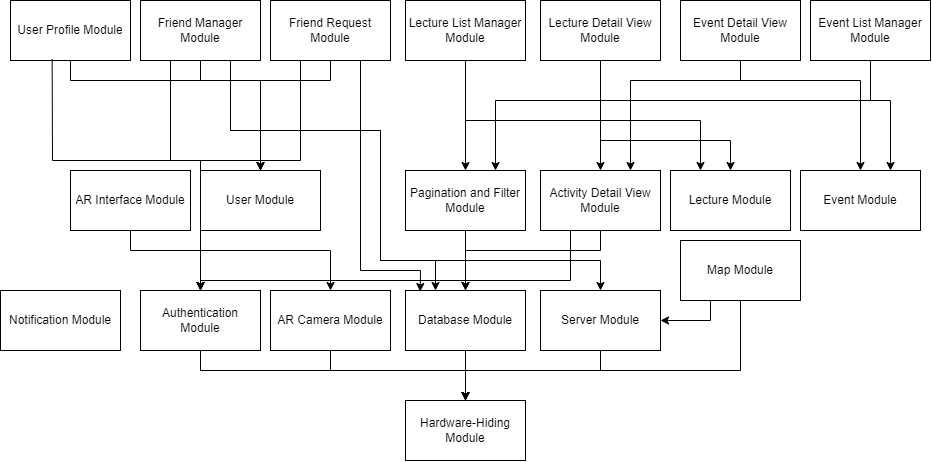
Earlier version of the draw.io export docs/Design/SoftArchitecture/UsesHierarchy.png (beatlepie/4G06CapstoneProjectTeam2). Source tidied: cells renumbered, new cells last; positions are measured from the earlier drawing's top-left corner, leaving out a move shared by most shapes.
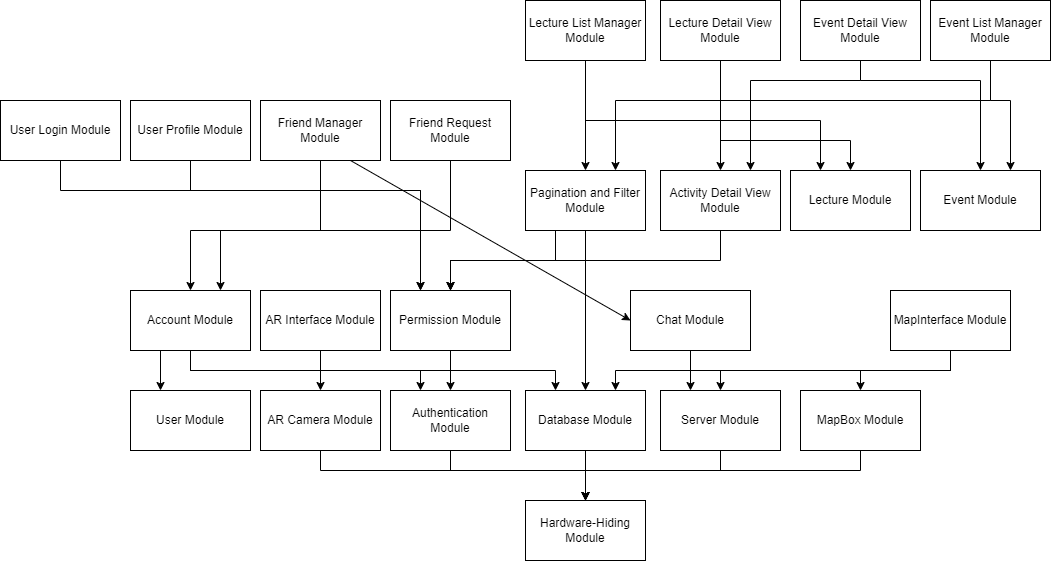
Above is the later version.

What changed in the source:
```diff
@@ -12,24 +12,24 @@
       <mxGeometry x="540" y="290" width="120" height="60" as="geometry" />
     </mxCell>
     <mxCell id="5" value="Authentication Module" style="rounded=0;whiteSpace=wrap;html=1;" parent="1" vertex="1">
-      <mxGeometry x="140" y="290" width="120" height="60" as="geometry" />
+      <mxGeometry x="270" y="290" width="120" height="60" as="geometry" />
     </mxCell>
     <mxCell id="6" value="AR Camera Module" style="rounded=0;whiteSpace=wrap;html=1;" parent="1" vertex="1">
-      <mxGeometry x="270" y="290" width="120" height="60" as="geometry" />
+      <mxGeometry x="140" y="290" width="120" height="60" as="geometry" />
     </mxCell>
-    <mxCell id="7" value="Map Module" style="rounded=0;whiteSpace=wrap;html=1;" parent="1" vertex="1">
-      <mxGeometry x="680" y="240" width="120" height="60" as="geometry" />
+    <mxCell id="7" value="MapBox Module" style="rounded=0;whiteSpace=wrap;html=1;" parent="1" vertex="1">
+      <mxGeometry x="680" y="290" width="120" height="60" as="geometry" />
     </mxCell>
     <mxCell id="8" value="Activity Detail View Module" style="rounded=0;whiteSpace=wrap;html=1;" parent="1" vertex="1">
-      <mxGeometry x="540" y="170" width="120" height="60" as="geometry" />
+      <mxGeometry x="540" y="70" width="120" height="60" as="geometry" />
     </mxCell>
     <mxCell id="9" value="Pagination and Filter Module" style="rounded=0;whiteSpace=wrap;html=1;" parent="1" vertex="1">
-      <mxGeometry x="405" y="170" width="120" height="60" as="geometry" />
+      <mxGeometry x="405" y="70" width="120" height="60" as="geometry" />
     </mxCell>
     <mxCell id="10" style="endArrow=classic;html=1;rounded=0;entryX=0.5;entryY=0;entryDx=0;entryDy=0;exitX=0.5;exitY=1;exitDx=0;exitDy=0;" parent="1" edge="1" source="3" target="2">
       <mxGeometry relative="1" as="geometry" />
     </mxCell>
-    <mxCell id="11" style="endArrow=classic;html=1;rounded=0;entryX=0.5;entryY=0;entryDx=0;entryDy=0;exitX=0.5;exitY=1;exitDx=0;exitDy=0;" parent="1" edge="1" source="5" target="2">
+    <mxCell id="11" style="endArrow=classic;html=1;rounded=0;entryX=0.5;entryY=0;entryDx=0;entryDy=0;exitX=0.5;exitY=1;exitDx=0;exitDy=0;" parent="1" edge="1" source="6" target="2">
       <mxGeometry relative="1" as="geometry">
         <Array as="points">
           <mxPoint x="200" y="370" />
@@ -37,7 +37,7 @@
         </Array>
       </mxGeometry>
     </mxCell>
-    <mxCell id="12" style="endArrow=classic;html=1;rounded=0;exitX=0.5;exitY=1;exitDx=0;exitDy=0;entryX=0.5;entryY=0;entryDx=0;entryDy=0;" parent="1" edge="1" source="6" target="2">
+    <mxCell id="12" style="endArrow=classic;html=1;rounded=0;exitX=0.5;exitY=1;exitDx=0;exitDy=0;entryX=0.5;entryY=0;entryDx=0;entryDy=0;" parent="1" edge="1" source="5" target="2">
       <mxGeometry relative="1" as="geometry">
         <Array as="points">
           <mxPoint x="330" y="370" />
@@ -61,35 +61,17 @@
         </Array>
       </mxGeometry>
     </mxCell>
-    <mxCell id="15" style="endArrow=classic;html=1;rounded=0;entryX=0.5;entryY=0;entryDx=0;entryDy=0;exitX=0.5;exitY=1;exitDx=0;exitDy=0;" parent="1" edge="1" source="9" target="3">
-      <mxGeometry relative="1" as="geometry">
-        <Array as="points">
-          <mxPoint x="465" y="250" />
-        </Array>
-      </mxGeometry>
-    </mxCell>
-    <mxCell id="16" style="endArrow=classic;html=1;rounded=0;entryX=0.5;entryY=0;entryDx=0;entryDy=0;exitX=0.5;exitY=1;exitDx=0;exitDy=0;" parent="1" edge="1" source="8" target="3">
-      <mxGeometry relative="1" as="geometry">
-        <Array as="points">
-          <mxPoint x="600" y="250" />
-          <mxPoint x="465" y="250" />
-        </Array>
-      </mxGeometry>
-    </mxCell>
     <mxCell id="17" value="User Module" style="rounded=0;whiteSpace=wrap;html=1;" parent="1" vertex="1">
-      <mxGeometry x="200" y="170" width="120" height="60" as="geometry" />
+      <mxGeometry x="10" y="290" width="120" height="60" as="geometry" />
     </mxCell>
     <mxCell id="18" value="Event Module" style="rounded=0;whiteSpace=wrap;html=1;" parent="1" vertex="1">
-      <mxGeometry x="800" y="170" width="120" height="60" as="geometry" />
+      <mxGeometry x="800" y="70" width="120" height="60" as="geometry" />
     </mxCell>
     <mxCell id="19" value="Lecture Module" style="rounded=0;whiteSpace=wrap;html=1;" parent="1" vertex="1">
-      <mxGeometry x="670" y="170" width="120" height="60" as="geometry" />
+      <mxGeometry x="670" y="70" width="120" height="60" as="geometry" />
     </mxCell>
-    <mxCell id="20" value="Notification Module" style="rounded=0;whiteSpace=wrap;html=1;" parent="1" vertex="1">
-      <mxGeometry y="290" width="120" height="60" as="geometry" />
-    </mxCell>
     <mxCell id="21" value="AR Interface Module" style="rounded=0;whiteSpace=wrap;html=1;" parent="1" vertex="1">
-      <mxGeometry x="70" y="170" width="120" height="60" as="geometry" />
+      <mxGeometry x="140" y="190" width="120" height="60" as="geometry" />
     </mxCell>
     <mxCell id="22" value="User Profile Module" style="rounded=0;whiteSpace=wrap;html=1;" parent="1" vertex="1">
       <mxGeometry x="10" width="120" height="60" as="geometry" />
@@ -101,10 +83,10 @@
       <mxGeometry x="270" width="120" height="60" as="geometry" />
     </mxCell>
     <mxCell id="25" value="Lecture Detail View Module" style="rounded=0;whiteSpace=wrap;html=1;" parent="1" vertex="1">
-      <mxGeometry x="540" width="120" height="60" as="geometry" />
+      <mxGeometry x="540" y="-100" width="120" height="60" as="geometry" />
     </mxCell>
     <mxCell id="26" value="Event Detail View Module" style="rounded=0;whiteSpace=wrap;html=1;" parent="1" vertex="1">
-      <mxGeometry x="680" width="120" height="60" as="geometry" />
+      <mxGeometry x="680" y="-100" width="120" height="60" as="geometry" />
     </mxCell>
     <mxCell id="27" style="endArrow=classic;html=1;rounded=0;exitX=0.5;exitY=1;exitDx=0;exitDy=0;entryX=0.5;entryY=0;entryDx=0;entryDy=0;" parent="1" edge="1" source="25" target="8">
       <mxGeometry relative="1" as="geometry" />
@@ -112,30 +94,30 @@
     <mxCell id="28" style="endArrow=classic;html=1;rounded=0;entryX=0.75;entryY=0;entryDx=0;entryDy=0;exitX=0.5;exitY=1;exitDx=0;exitDy=0;" parent="1" edge="1" source="26" target="8">
       <mxGeometry relative="1" as="geometry">
         <Array as="points">
-          <mxPoint x="740" y="80" />
-          <mxPoint x="630" y="80" />
+          <mxPoint x="740" y="-20" />
+          <mxPoint x="630" y="-20" />
         </Array>
       </mxGeometry>
     </mxCell>
     <mxCell id="29" value="Lecture List Manager Module" style="rounded=0;whiteSpace=wrap;html=1;" parent="1" vertex="1">
-      <mxGeometry x="405" width="120" height="60" as="geometry" />
+      <mxGeometry x="405" y="-100" width="120" height="60" as="geometry" />
     </mxCell>
     <mxCell id="30" value="Event List Manager Module" style="rounded=0;whiteSpace=wrap;html=1;" parent="1" vertex="1">
-      <mxGeometry x="810" width="120" height="60" as="geometry" />
+      <mxGeometry x="810" y="-100" width="120" height="60" as="geometry" />
     </mxCell>
     <mxCell id="31" style="endArrow=classic;html=1;rounded=0;exitX=0.5;exitY=1;exitDx=0;exitDy=0;entryX=0.5;entryY=0;entryDx=0;entryDy=0;" parent="1" edge="1" source="25" target="19">
       <mxGeometry relative="1" as="geometry">
         <Array as="points">
-          <mxPoint x="600" y="140" />
-          <mxPoint x="730" y="140" />
+          <mxPoint x="600" y="40" />
+          <mxPoint x="730" y="40" />
         </Array>
       </mxGeometry>
     </mxCell>
     <mxCell id="32" style="endArrow=classic;html=1;rounded=0;exitX=0.5;exitY=1;exitDx=0;exitDy=0;entryX=0.5;entryY=0;entryDx=0;entryDy=0;" parent="1" edge="1" source="26" target="18">
       <mxGeometry relative="1" as="geometry">
         <Array as="points">
-          <mxPoint x="740" y="80" />
-          <mxPoint x="860" y="80" />
+          <mxPoint x="740" y="-20" />
+          <mxPoint x="860" y="-20" />
         </Array>
       </mxGeometry>
     </mxCell>
@@ -145,126 +127,155 @@
     <mxCell id="34" style="endArrow=classic;html=1;rounded=0;exitX=0.5;exitY=1;exitDx=0;exitDy=0;entryX=0.25;entryY=0;entryDx=0;entryDy=0;" parent="1" edge="1" source="29" target="19">
       <mxGeometry relative="1" as="geometry">
         <Array as="points">
-          <mxPoint x="465" y="120" />
-          <mxPoint x="700" y="120" />
+          <mxPoint x="465" y="20" />
+          <mxPoint x="700" y="20" />
         </Array>
       </mxGeometry>
     </mxCell>
     <mxCell id="35" style="endArrow=classic;html=1;rounded=0;exitX=0.5;exitY=1;exitDx=0;exitDy=0;entryX=0.75;entryY=0;entryDx=0;entryDy=0;" parent="1" edge="1" source="30" target="18">
       <mxGeometry relative="1" as="geometry">
         <Array as="points">
-          <mxPoint x="870" y="100" />
-          <mxPoint x="890" y="100" />
+          <mxPoint x="870" />
+          <mxPoint x="890" />
         </Array>
       </mxGeometry>
     </mxCell>
     <mxCell id="36" style="endArrow=classic;html=1;rounded=0;exitX=0.5;exitY=1;exitDx=0;exitDy=0;entryX=0.75;entryY=0;entryDx=0;entryDy=0;" parent="1" edge="1" source="30" target="9">
       <mxGeometry relative="1" as="geometry">
         <Array as="points">
-          <mxPoint x="870" y="100" />
-          <mxPoint x="495" y="100" />
+          <mxPoint x="870" />
+          <mxPoint x="495" />
         </Array>
       </mxGeometry>
     </mxCell>
-    <mxCell id="37" style="endArrow=classic;html=1;rounded=0;exitX=0.5;exitY=1;exitDx=0;exitDy=0;entryX=0.5;entryY=0;entryDx=0;entryDy=0;" parent="1" edge="1" source="22" target="17">
-      <mxGeometry relative="1" as="geometry">
-        <Array as="points">
-          <mxPoint x="70" y="80" />
-          <mxPoint x="260" y="80" />
-        </Array>
-      </mxGeometry>
-    </mxCell>
-    <mxCell id="38" style="endArrow=classic;html=1;rounded=0;exitX=0.5;exitY=1;exitDx=0;exitDy=0;entryX=0.5;entryY=0;entryDx=0;entryDy=0;" parent="1" edge="1" source="23" target="17">
-      <mxGeometry relative="1" as="geometry">
-        <Array as="points">
-          <mxPoint x="200" y="80" />
-          <mxPoint x="260" y="80" />
-        </Array>
-      </mxGeometry>
-    </mxCell>
-    <mxCell id="39" style="endArrow=classic;html=1;rounded=0;exitX=0.5;exitY=1;exitDx=0;exitDy=0;entryX=0.5;entryY=0;entryDx=0;entryDy=0;" parent="1" edge="1" source="24" target="17">
-      <mxGeometry relative="1" as="geometry">
-        <Array as="points">
-          <mxPoint x="330" y="80" />
-          <mxPoint x="260" y="80" />
-        </Array>
-      </mxGeometry>
-    </mxCell>
-    <mxCell id="40" style="endArrow=classic;html=1;rounded=0;exitX=0.75;exitY=1;exitDx=0;exitDy=0;entryX=0.122;entryY=0.018;entryDx=0;entryDy=0;entryPerimeter=0;" parent="1" edge="1" source="24" target="3">
-      <mxGeometry relative="1" as="geometry">
-        <Array as="points">
-          <mxPoint x="360" y="270" />
-          <mxPoint x="420" y="270" />
-        </Array>
-      </mxGeometry>
-    </mxCell>
-    <mxCell id="41" style="endArrow=classic;html=1;rounded=0;exitX=0.75;exitY=1;exitDx=0;exitDy=0;entryX=0.25;entryY=0;entryDx=0;entryDy=0;" parent="1" edge="1" source="23" target="3">
-      <mxGeometry relative="1" as="geometry">
-        <Array as="points">
-          <mxPoint x="230" y="130" />
-          <mxPoint x="380" y="130" />
-          <mxPoint x="380" y="260" />
-          <mxPoint x="435" y="260" />
-        </Array>
-      </mxGeometry>
-    </mxCell>
+    <mxCell id="49" value="MapInterface Module" style="rounded=0;whiteSpace=wrap;html=1;" parent="1" vertex="1">
+      <mxGeometry x="770" y="190" width="120" height="60" as="geometry" />
+    </mxCell>
+    <mxCell id="50" value="Chat Module" style="rounded=0;whiteSpace=wrap;html=1;" parent="1" vertex="1">
+      <mxGeometry x="510" y="190" width="120" height="60" as="geometry" />
+    </mxCell>
+    <mxCell id="51" value="Permission Module" style="rounded=0;whiteSpace=wrap;html=1;" parent="1" vertex="1">
+      <mxGeometry x="270" y="190" width="120" height="60" as="geometry" />
+    </mxCell>
+    <mxCell id="52" value="Account Module" style="rounded=0;whiteSpace=wrap;html=1;" parent="1" vertex="1">
+      <mxGeometry x="10" y="190" width="120" height="60" as="geometry" />
+    </mxCell>
+    <mxCell id="53" style="endArrow=classic;html=1;rounded=0;exitX=0.5;exitY=1;exitDx=0;exitDy=0;entryX=0.5;entryY=0;entryDx=0;entryDy=0;" parent="1" edge="1" source="9" target="51">
+      <mxGeometry relative="1" as="geometry">
+        <Array as="points">
+          <mxPoint x="465" y="160" />
+          <mxPoint x="330" y="160" />
+        </Array>
+      </mxGeometry>
+    </mxCell>
+    <mxCell id="54" style="endArrow=classic;html=1;rounded=0;entryX=0.5;entryY=0;entryDx=0;entryDy=0;exitX=0.5;exitY=1;exitDx=0;exitDy=0;" parent="1" edge="1" source="8" target="51">
+      <mxGeometry relative="1" as="geometry">
+        <Array as="points">
+          <mxPoint x="600" y="160" />
+          <mxPoint x="330" y="160" />
+        </Array>
+      </mxGeometry>
+    </mxCell>
+    <mxCell id="15" style="endArrow=classic;html=1;rounded=0;exitX=0.5;exitY=1;exitDx=0;exitDy=0;entryX=0.5;entryY=0;entryDx=0;entryDy=0;" parent="1" edge="1" source="9" target="3">
+      <mxGeometry relative="1" as="geometry" />
+    </mxCell>
+    <mxCell id="55" style="endArrow=classic;html=1;rounded=0;entryX=0.5;entryY=0;entryDx=0;entryDy=0;exitX=0.5;exitY=1;exitDx=0;exitDy=0;" parent="1" edge="1" source="49" target="7">
+      <mxGeometry relative="1" as="geometry">
+        <Array as="points">
+          <mxPoint x="830" y="270" />
+          <mxPoint x="740" y="270" />
+        </Array>
+      </mxGeometry>
+    </mxCell>
+    <mxCell id="56" style="endArrow=classic;html=1;rounded=0;exitX=0.5;exitY=1;exitDx=0;exitDy=0;entryX=0.5;entryY=0;entryDx=0;entryDy=0;" parent="1" edge="1" source="49" target="4">
+      <mxGeometry relative="1" as="geometry">
+        <Array as="points">
+          <mxPoint x="830" y="270" />
+          <mxPoint x="600" y="270" />
+        </Array>
+      </mxGeometry>
+    </mxCell>
+    <mxCell id="57" style="endArrow=classic;html=1;rounded=0;exitX=0.5;exitY=1;exitDx=0;exitDy=0;entryX=0.75;entryY=0;entryDx=0;entryDy=0;" parent="1" edge="1" source="49" target="3">
+      <mxGeometry relative="1" as="geometry">
+        <Array as="points">
+          <mxPoint x="830" y="270" />
+          <mxPoint x="495" y="270" />
+        </Array>
+      </mxGeometry>
+    </mxCell>
+    <mxCell id="58" style="endArrow=classic;html=1;rounded=0;entryX=0.5;entryY=0;entryDx=0;entryDy=0;exitX=0.5;exitY=1;exitDx=0;exitDy=0;" parent="1" edge="1" source="51" target="5">
+      <mxGeometry relative="1" as="geometry" />
+    </mxCell>
-    <mxCell id="42" style="endArrow=classic;html=1;rounded=0;entryX=0.5;entryY=0;entryDx=0;entryDy=0;exitX=0.5;exitY=1;exitDx=0;exitDy=0;" parent="1" edge="1" source="21" target="6">
-      <mxGeometry relative="1" as="geometry">
-        <Array as="points">
-          <mxPoint x="130" y="250" />
-          <mxPoint x="330" y="250" />
-        </Array>
-      </mxGeometry>
+    <mxCell id="42" style="endArrow=classic;html=1;rounded=0;exitX=0.5;exitY=1;exitDx=0;exitDy=0;entryX=0.5;entryY=0;entryDx=0;entryDy=0;" parent="1" edge="1" source="21" target="6">
+      <mxGeometry relative="1" as="geometry" />
     </mxCell>
-    <mxCell id="43" style="endArrow=classic;html=1;rounded=0;exitX=0.75;exitY=1;exitDx=0;exitDy=0;" parent="1" edge="1" source="23">
-      <mxGeometry relative="1" as="geometry">
-        <mxPoint x="600" y="290" as="targetPoint" />
-        <Array as="points">
-          <mxPoint x="230" y="130" />
-          <mxPoint x="380" y="130" />
-          <mxPoint x="380" y="260" />
-          <mxPoint x="600" y="260" />
-        </Array>
-      </mxGeometry>
-    </mxCell>
-    <mxCell id="44" style="endArrow=classic;html=1;rounded=0;exitX=0.25;exitY=1;exitDx=0;exitDy=0;entryX=1;entryY=0.5;entryDx=0;entryDy=0;" parent="1" edge="1" source="7" target="4">
-      <mxGeometry relative="1" as="geometry">
-        <Array as="points">
-          <mxPoint x="710" y="320" />
-        </Array>
-      </mxGeometry>
-    </mxCell>
-    <mxCell id="45" style="endArrow=classic;html=1;rounded=0;exitX=0.347;exitY=0.976;exitDx=0;exitDy=0;exitPerimeter=0;entryX=0.5;entryY=0;entryDx=0;entryDy=0;" parent="1" edge="1" source="22" target="5">
-      <mxGeometry relative="1" as="geometry">
-        <Array as="points">
-          <mxPoint x="52" y="160" />
-          <mxPoint x="200" y="160" />
-        </Array>
-      </mxGeometry>
-    </mxCell>
-    <mxCell id="46" style="endArrow=classic;html=1;rounded=0;exitX=0.25;exitY=1;exitDx=0;exitDy=0;entryX=0.5;entryY=0;entryDx=0;entryDy=0;" parent="1" edge="1" source="23" target="5">
-      <mxGeometry relative="1" as="geometry">
-        <Array as="points">
-          <mxPoint x="170" y="160" />
-          <mxPoint x="200" y="160" />
-        </Array>
-      </mxGeometry>
-    </mxCell>
-    <mxCell id="47" style="endArrow=classic;html=1;rounded=0;exitX=0.25;exitY=1;exitDx=0;exitDy=0;entryX=0.5;entryY=0;entryDx=0;entryDy=0;" parent="1" edge="1" source="24" target="5">
-      <mxGeometry relative="1" as="geometry">
-        <Array as="points">
-          <mxPoint x="300" y="160" />
-          <mxPoint x="200" y="160" />
-        </Array>
-      </mxGeometry>
-    </mxCell>
-    <mxCell id="48" style="endArrow=classic;html=1;rounded=0;entryX=0.5;entryY=0;entryDx=0;entryDy=0;exitX=0.25;exitY=1;exitDx=0;exitDy=0;" parent="1" edge="1" source="8" target="5">
-      <mxGeometry relative="1" as="geometry">
-        <Array as="points">
-          <mxPoint x="570" y="280" />
-          <mxPoint x="200" y="280" />
-        </Array>
-      </mxGeometry>
-    </mxCell>
+    <mxCell id="59" style="endArrow=classic;html=1;rounded=0;entryX=0.25;entryY=0;entryDx=0;entryDy=0;exitX=0.5;exitY=1;exitDx=0;exitDy=0;" parent="1" edge="1" source="50" target="4">
+      <mxGeometry relative="1" as="geometry" />
+    </mxCell>
+    <mxCell id="60" style="endArrow=classic;html=1;rounded=0;entryX=0.25;entryY=0;entryDx=0;entryDy=0;exitX=0.5;exitY=1;exitDx=0;exitDy=0;" parent="1" edge="1" source="52" target="5">
+      <mxGeometry relative="1" as="geometry">
+        <Array as="points">
+          <mxPoint x="70" y="270" />
+          <mxPoint x="300" y="270" />
+        </Array>
+      </mxGeometry>
+    </mxCell>
+    <mxCell id="61" style="endArrow=classic;html=1;rounded=0;exitX=0.5;exitY=1;exitDx=0;exitDy=0;entryX=0.25;entryY=0;entryDx=0;entryDy=0;" parent="1" edge="1" source="52" target="3">
+      <mxGeometry relative="1" as="geometry">
+        <Array as="points">
+          <mxPoint x="70" y="270" />
+          <mxPoint x="435" y="270" />
+        </Array>
+      </mxGeometry>
+    </mxCell>
+    <mxCell id="62" style="endArrow=classic;html=1;rounded=0;exitX=0.5;exitY=1;exitDx=0;exitDy=0;entryX=0.5;entryY=0;entryDx=0;entryDy=0;" parent="1" edge="1" source="23" target="52">
+      <mxGeometry relative="1" as="geometry">
+        <Array as="points">
+          <mxPoint x="200" y="130" />
+          <mxPoint x="70" y="130" />
+        </Array>
+      </mxGeometry>
+    </mxCell>
+    <mxCell id="63" style="endArrow=classic;html=1;rounded=0;entryX=0.75;entryY=0;entryDx=0;entryDy=0;exitX=0.5;exitY=1;exitDx=0;exitDy=0;" parent="1" edge="1" source="24" target="52">
+      <mxGeometry relative="1" as="geometry">
+        <Array as="points">
+          <mxPoint x="330" y="130" />
+          <mxPoint x="100" y="130" />
+        </Array>
+      </mxGeometry>
+    </mxCell>
+    <mxCell id="64" style="endArrow=classic;html=1;rounded=0;exitX=0.5;exitY=1;exitDx=0;exitDy=0;entryX=0.25;entryY=0;entryDx=0;entryDy=0;" parent="1" edge="1" source="22" target="51">
+      <mxGeometry relative="1" as="geometry">
+        <Array as="points">
+          <mxPoint x="70" y="90" />
+          <mxPoint x="300" y="90" />
+        </Array>
+      </mxGeometry>
+    </mxCell>
+    <mxCell id="65" style="endArrow=classic;html=1;rounded=0;exitX=0.25;exitY=1;exitDx=0;exitDy=0;entryX=0.25;entryY=0;entryDx=0;entryDy=0;" parent="1" edge="1" source="52" target="17">
+      <mxGeometry relative="1" as="geometry" />
+    </mxCell>
+    <mxCell id="66" value="User Login Module" style="rounded=0;whiteSpace=wrap;html=1;" parent="1" vertex="1">
+      <mxGeometry x="-120" width="120" height="60" as="geometry" />
+    </mxCell>
+    <mxCell id="67" style="endArrow=classic;html=1;rounded=0;exitX=0.5;exitY=1;exitDx=0;exitDy=0;entryX=0.25;entryY=0;entryDx=0;entryDy=0;" parent="1" edge="1" source="66" target="51">
+      <mxGeometry relative="1" as="geometry">
+        <Array as="points">
+          <mxPoint x="-60" y="90" />
+          <mxPoint x="300" y="90" />
+        </Array>
+      </mxGeometry>
+    </mxCell>
+    <mxCell id="68" style="endArrow=classic;html=1;rounded=0;exitX=0.75;exitY=1;exitDx=0;exitDy=0;entryX=0;entryY=0.5;entryDx=0;entryDy=0;" parent="1" edge="1" source="23" target="50">
+      <mxGeometry relative="1" as="geometry" />
+    </mxCell>
+    <mxCell id="69" style="endArrow=classic;html=1;rounded=0;exitX=0.25;exitY=1;exitDx=0;exitDy=0;entryX=0.5;entryY=0;entryDx=0;entryDy=0;" parent="1" edge="1" source="9" target="51">
+      <mxGeometry relative="1" as="geometry">
+        <Array as="points">
+          <mxPoint x="435" y="160" />
+          <mxPoint x="330" y="160" />
+        </Array>
+      </mxGeometry>
+    </mxCell>
   </root>
 </mxGraphModel>
```
